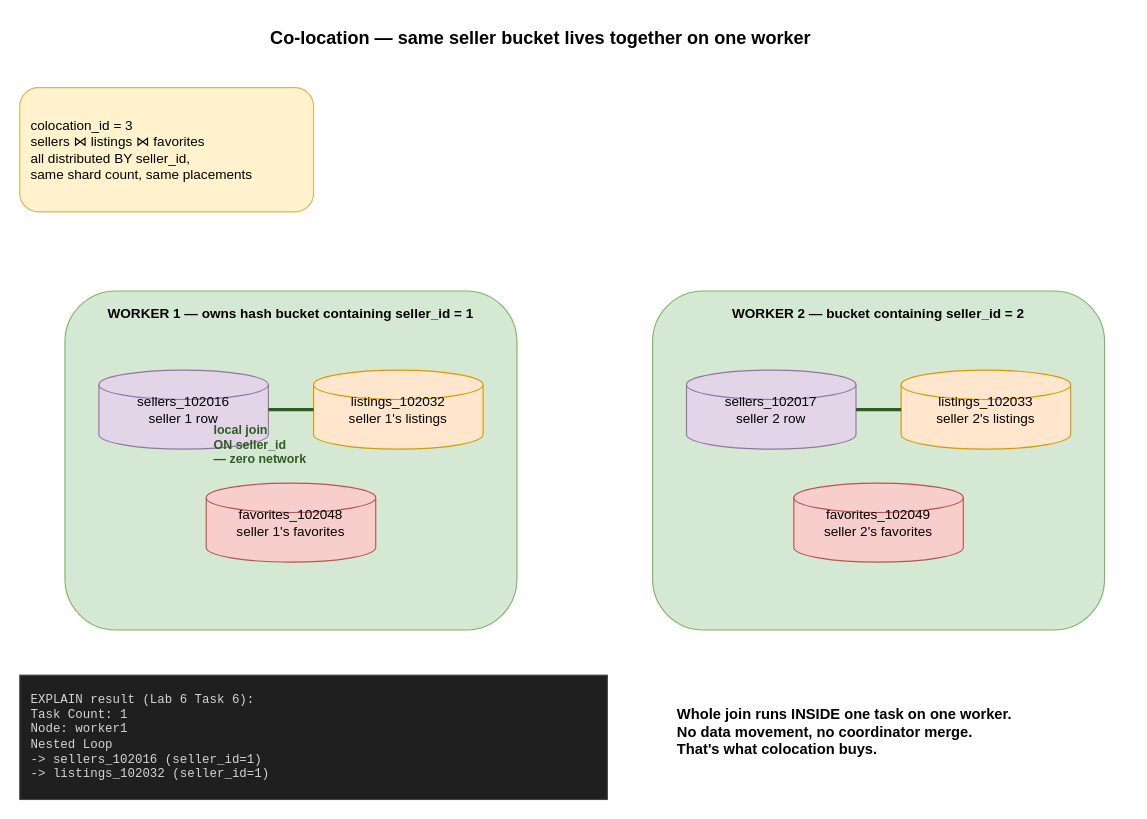
Earlier version of the draw.io diagram docs/diagrams/colocation-join.drawio (nitinkc/db-sharding). Source tidied: cells renumbered, new cells numbered last; positions are measured from the earlier drawing's top-left corner, leaving out a move shared by most shapes. Both pictures are drawn from the tidied source at 113%, with x=0, y=0 at pixel (19, 19).
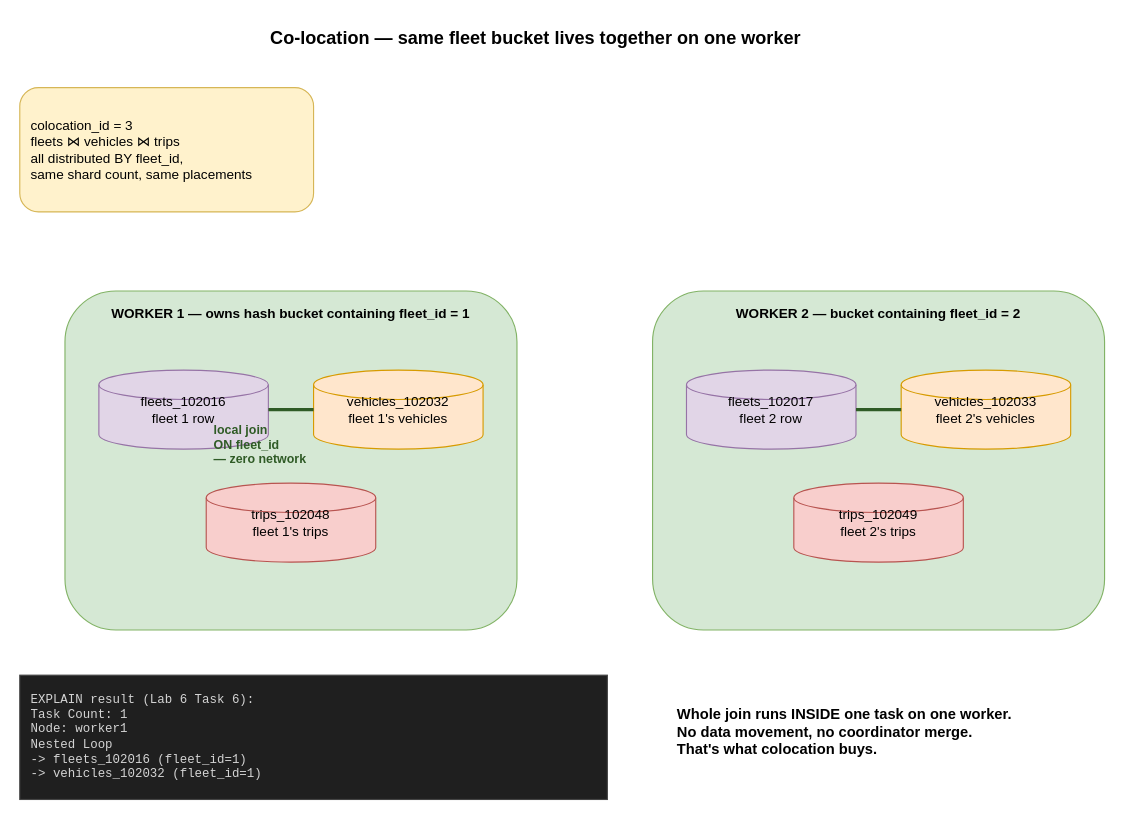
Above is the later version.

Change to the diagram source:
```diff
@@
 <mxGraphModel>
   <root>
     <mxCell id="0" />
     <mxCell id="1" parent="0" />
-    <mxCell id="2" value="Co-location — same seller bucket lives together on one worker" style="text;html=1;fontSize=16;fontStyle=1;" parent="1" vertex="1">
+    <mxCell id="2" value="Co-location — same fleet bucket lives together on one worker" style="text;html=1;fontSize=16;fontStyle=1;" parent="1" vertex="1">
       <mxGeometry x="220" width="640" height="26" as="geometry" />
     </mxCell>
-    <mxCell id="3" value="colocation_id = 3&#10;sellers ⋈ listings ⋈ favorites&#10;all distributed BY seller_id,&#10;same shard count, same placements" style="rounded=1;html=1;whiteSpace=wrap;fillColor=#fff2cc;strokeColor=#d6b656;align=left;spacingLeft=8;" parent="1" vertex="1">
+    <mxCell id="3" value="colocation_id = 3&#10;fleets ⋈ vehicles ⋈ trips&#10;all distributed BY fleet_id,&#10;same shard count, same placements" style="rounded=1;html=1;whiteSpace=wrap;fillColor=#fff2cc;strokeColor=#d6b656;align=left;spacingLeft=8;" parent="1" vertex="1">
       <mxGeometry y="60" width="260" height="110" as="geometry" />
     </mxCell>
-    <mxCell id="4" value="WORKER 1 — owns hash bucket containing seller_id = 1" style="rounded=1;html=1;whiteSpace=wrap;fillColor=#d5e8d4;strokeColor=#82b366;fontStyle=1;verticalAlign=top;spacingTop=6;" parent="1" vertex="1">
+    <mxCell id="4" value="WORKER 1 — owns hash bucket containing fleet_id = 1" style="rounded=1;html=1;whiteSpace=wrap;fillColor=#d5e8d4;strokeColor=#82b366;fontStyle=1;verticalAlign=top;spacingTop=6;" parent="1" vertex="1">
       <mxGeometry x="40" y="240" width="400" height="300" as="geometry" />
     </mxCell>
-    <mxCell id="5" value="sellers_102016&#10;seller 1 row" style="shape=cylinder3;html=1;whiteSpace=wrap;fillColor=#e1d5e7;strokeColor=#9673a6;size=13;" parent="1" vertex="1">
+    <mxCell id="5" value="fleets_102016&#10;fleet 1 row" style="shape=cylinder3;html=1;whiteSpace=wrap;fillColor=#e1d5e7;strokeColor=#9673a6;size=13;" parent="1" vertex="1">
       <mxGeometry x="70" y="310" width="150" height="70" as="geometry" />
     </mxCell>
-    <mxCell id="6" value="listings_102032&#10;seller 1's listings" style="shape=cylinder3;html=1;whiteSpace=wrap;fillColor=#ffe6cc;strokeColor=#d79b00;size=13;" parent="1" vertex="1">
+    <mxCell id="6" value="vehicles_102032&#10;fleet 1's vehicles" style="shape=cylinder3;html=1;whiteSpace=wrap;fillColor=#ffe6cc;strokeColor=#d79b00;size=13;" parent="1" vertex="1">
       <mxGeometry x="260" y="310" width="150" height="70" as="geometry" />
     </mxCell>
-    <mxCell id="7" value="favorites_102048&#10;seller 1's favorites" style="shape=cylinder3;html=1;whiteSpace=wrap;fillColor=#f8cecc;strokeColor=#b85450;size=13;" parent="1" vertex="1">
+    <mxCell id="7" value="trips_102048&#10;fleet 1's trips" style="shape=cylinder3;html=1;whiteSpace=wrap;fillColor=#f8cecc;strokeColor=#b85450;size=13;" parent="1" vertex="1">
       <mxGeometry x="165" y="410" width="150" height="70" as="geometry" />
     </mxCell>
     <mxCell id="8" style="edgeStyle=orthogonalEdgeStyle;html=1;endArrow=none;startArrow=none;strokeWidth=3;strokeColor=#2f5b26;" parent="1" edge="1" source="5" target="6">
       <mxGeometry relative="1" as="geometry" />
     </mxCell>
-    <mxCell id="9" value="local join&#10;ON seller_id&#10;— zero network" style="text;html=1;fontSize=11;fontStyle=1;fontColor=#2f5b26;" parent="1" vertex="1">
+    <mxCell id="9" value="local join&#10;ON fleet_id&#10;— zero network" style="text;html=1;fontSize=11;fontStyle=1;fontColor=#2f5b26;" parent="1" vertex="1">
       <mxGeometry x="170" y="350" width="140" height="40" as="geometry" />
     </mxCell>
-    <mxCell id="10" value="WORKER 2 — bucket containing seller_id = 2" style="rounded=1;html=1;whiteSpace=wrap;fillColor=#d5e8d4;strokeColor=#82b366;fontStyle=1;verticalAlign=top;spacingTop=6;" parent="1" vertex="1">
+    <mxCell id="10" value="WORKER 2 — bucket containing fleet_id = 2" style="rounded=1;html=1;whiteSpace=wrap;fillColor=#d5e8d4;strokeColor=#82b366;fontStyle=1;verticalAlign=top;spacingTop=6;" parent="1" vertex="1">
       <mxGeometry x="560" y="240" width="400" height="300" as="geometry" />
     </mxCell>
-    <mxCell id="11" value="sellers_102017&#10;seller 2 row" style="shape=cylinder3;html=1;whiteSpace=wrap;fillColor=#e1d5e7;strokeColor=#9673a6;size=13;" parent="1" vertex="1">
+    <mxCell id="11" value="fleets_102017&#10;fleet 2 row" style="shape=cylinder3;html=1;whiteSpace=wrap;fillColor=#e1d5e7;strokeColor=#9673a6;size=13;" parent="1" vertex="1">
       <mxGeometry x="590" y="310" width="150" height="70" as="geometry" />
     </mxCell>
-    <mxCell id="12" value="listings_102033&#10;seller 2's listings" style="shape=cylinder3;html=1;whiteSpace=wrap;fillColor=#ffe6cc;strokeColor=#d79b00;size=13;" parent="1" vertex="1">
+    <mxCell id="12" value="vehicles_102033&#10;fleet 2's vehicles" style="shape=cylinder3;html=1;whiteSpace=wrap;fillColor=#ffe6cc;strokeColor=#d79b00;size=13;" parent="1" vertex="1">
       <mxGeometry x="780" y="310" width="150" height="70" as="geometry" />
     </mxCell>
-    <mxCell id="13" value="favorites_102049&#10;seller 2's favorites" style="shape=cylinder3;html=1;whiteSpace=wrap;fillColor=#f8cecc;strokeColor=#b85450;size=13;" parent="1" vertex="1">
+    <mxCell id="13" value="trips_102049&#10;fleet 2's trips" style="shape=cylinder3;html=1;whiteSpace=wrap;fillColor=#f8cecc;strokeColor=#b85450;size=13;" parent="1" vertex="1">
       <mxGeometry x="685" y="410" width="150" height="70" as="geometry" />
     </mxCell>
     <mxCell id="14" style="edgeStyle=orthogonalEdgeStyle;html=1;endArrow=none;startArrow=none;strokeWidth=3;strokeColor=#2f5b26;" parent="1" edge="1" source="11" target="12">
       <mxGeometry relative="1" as="geometry" />
     </mxCell>
-    <mxCell id="15" value="EXPLAIN result (Lab 6 Task 6):&#10;Task Count: 1&#10;  Node: worker1&#10;    Nested Loop&#10;      -&gt; sellers_102016  (seller_id=1)&#10;      -&gt; listings_102032 (seller_id=1)" style="rounded=0;html=1;whiteSpace=wrap;fillColor=#1f1f1f;fontColor=#d4d4d4;strokeColor=#444444;fontFamily=Courier New;fontSize=11;align=left;spacingLeft=8;" parent="1" vertex="1">
+    <mxCell id="15" value="EXPLAIN result (Lab 6 Task 6):&#10;Task Count: 1&#10;  Node: worker1&#10;    Nested Loop&#10;      -&gt; fleets_102016  (fleet_id=1)&#10;      -&gt; vehicles_102032 (fleet_id=1)" style="rounded=0;html=1;whiteSpace=wrap;fillColor=#1f1f1f;fontColor=#d4d4d4;strokeColor=#444444;fontFamily=Courier New;fontSize=11;align=left;spacingLeft=8;" parent="1" vertex="1">
       <mxGeometry y="580" width="520" height="110" as="geometry" />
     </mxCell>
     <mxCell id="16" value="Whole join runs INSIDE one task on one worker.&#10;No data movement, no coordinator merge.&#10;That's what colocation buys." style="text;html=1;fontSize=13;fontStyle=1;whiteSpace=wrap;" parent="1" vertex="1">
       <mxGeometry x="580" y="600" width="400" height="80" as="geometry" />
     </mxCell>
   </root>
 </mxGraphModel>
```
